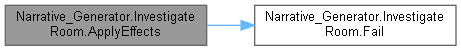
The Graphviz diagram Autodocumentation HTML/class_narrative___generator_1_1_investigate_room_a779af619c50f6c505c712e7ef2ef7b26_cgraph.png in vonHimik/NarrativeGeneratorForTwine, before a commit. Its source is kept beside it as Autodocumentation HTML/class_narrative___generator_1_1_investigate_room_a779af619c50f6c505c712e7ef2ef7b26_cgraph.dot. Source of this version:
```dot
digraph "Narrative_Generator.InvestigateRoom.ApplyEffects"
{
  bgcolor="transparent";
  edge [fontname=Helvetica,fontsize=10,labelfontname=Helvetica,labelfontsize=10];
  node [fontname=Helvetica,fontsize=10,shape=box,height=0.2,width=0.4];
  rankdir="LR";
  Node1 [label="Narrative_Generator.Investigate\lRoom.ApplyEffects",height=0.2,width=0.4,color="gray40", fillcolor="grey60", style="filled", fontcolor="black",tooltip="A method that changes the passed world state according to the effects of the action."];
  Node1 -> Node2 [color="steelblue1",style="solid"];
  Node2 [label="Narrative_Generator.Investigate\lRoom.Fail",height=0.2,width=0.4,color="grey40", fillcolor="white", style="filled",URL="$class_narrative___generator_1_1_investigate_room.html#a1ef6774d9db8ac0994b9e9894016a399",tooltip="A method that implements the action's failure effect."];
}
```
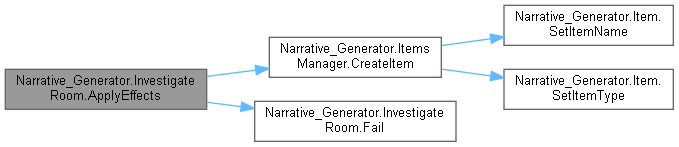
The same file after the commit.

Diff of the diagram source:
```diff
@@ -6,5 +6,11 @@
   rankdir="LR";
   Node1 [label="Narrative_Generator.Investigate\lRoom.ApplyEffects",height=0.2,width=0.4,color="gray40", fillcolor="grey60", style="filled", fontcolor="black",tooltip="A method that changes the passed world state according to the effects of the action."];
   Node1 -> Node2 [color="steelblue1",style="solid"];
-  Node2 [label="Narrative_Generator.Investigate\lRoom.Fail",height=0.2,width=0.4,color="grey40", fillcolor="white", style="filled",URL="$class_narrative___generator_1_1_investigate_room.html#a1ef6774d9db8ac0994b9e9894016a399",tooltip="A method that implements the action's failure effect."];
+  Node2 [label="Narrative_Generator.Items\lManager.CreateItem",height=0.2,width=0.4,color="grey40", fillcolor="white", style="filled",URL="$class_narrative___generator_1_1_items_manager.html#a7c70c85947860fd9ef0bdc33e733ea7c",tooltip="A method for creation a new item."];
+  Node2 -> Node3 [color="steelblue1",style="solid"];
+  Node3 [label="Narrative_Generator.Item.\lSetItemName",height=0.2,width=0.4,color="grey40", fillcolor="white", style="filled",URL="$class_narrative___generator_1_1_item.html#afc9c465f0210c8a90f8348ece69cf9d0",tooltip="Sets the name of the item."];
+  Node2 -> Node4 [color="steelblue1",style="solid"];
+  Node4 [label="Narrative_Generator.Item.\lSetItemType",height=0.2,width=0.4,color="grey40", fillcolor="white", style="filled",URL="$class_narrative___generator_1_1_item.html#a9fd066de5b2875514e75450633acdc61",tooltip="Sets the type of the item."];
+  Node1 -> Node5 [color="steelblue1",style="solid"];
+  Node5 [label="Narrative_Generator.Investigate\lRoom.Fail",height=0.2,width=0.4,color="grey40", fillcolor="white", style="filled",URL="$class_narrative___generator_1_1_investigate_room.html#a1ef6774d9db8ac0994b9e9894016a399",tooltip="A method that implements the action's failure effect."];
 }
```
